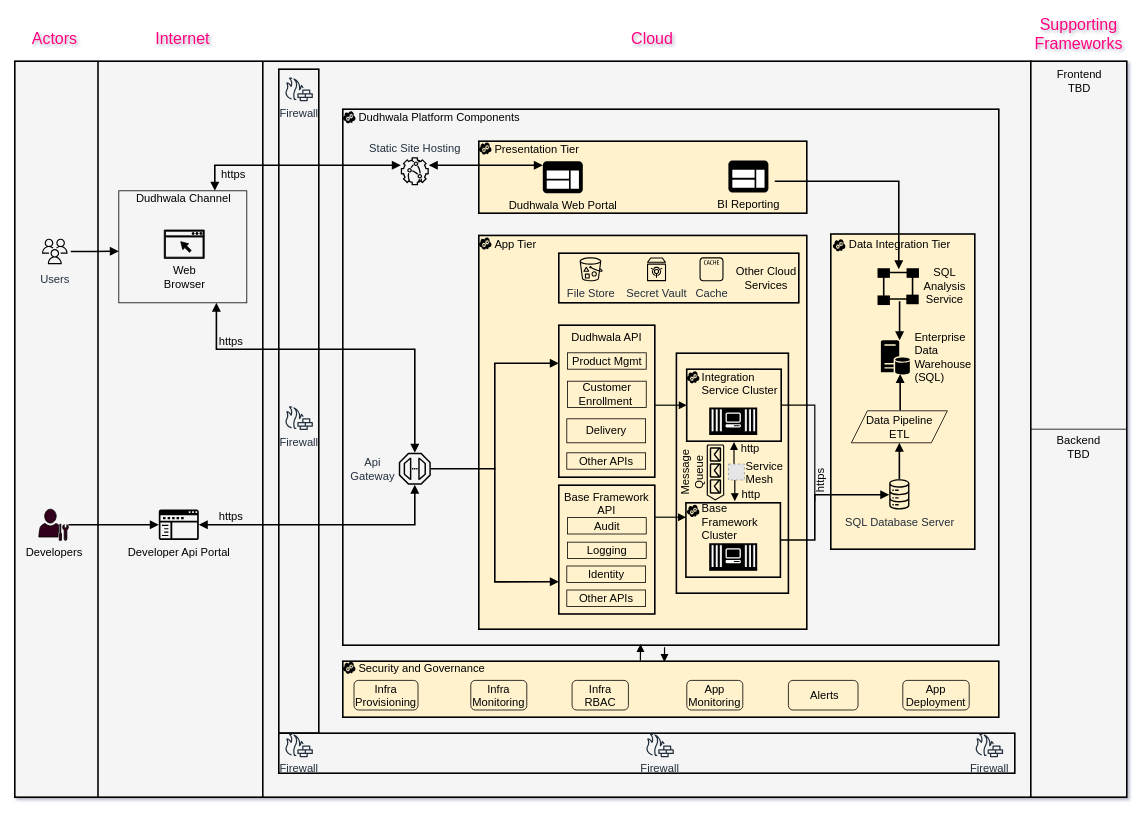
dudhwalas/dudhwala keeps this draw.io diagram as docs/diagram/logical_view.drawio. Above is the earlier version. Source tidied: cells renumbered, new cells numbered last; positions are measured from the earlier drawing's top-left corner, leaving out a move shared by most shapes. Both pictures are drawn from the tidied source at 80%, with x=0, y=0 at pixel (14, 21). Pictures stored in the file or linked from it are replaced by grey dashed boxes.
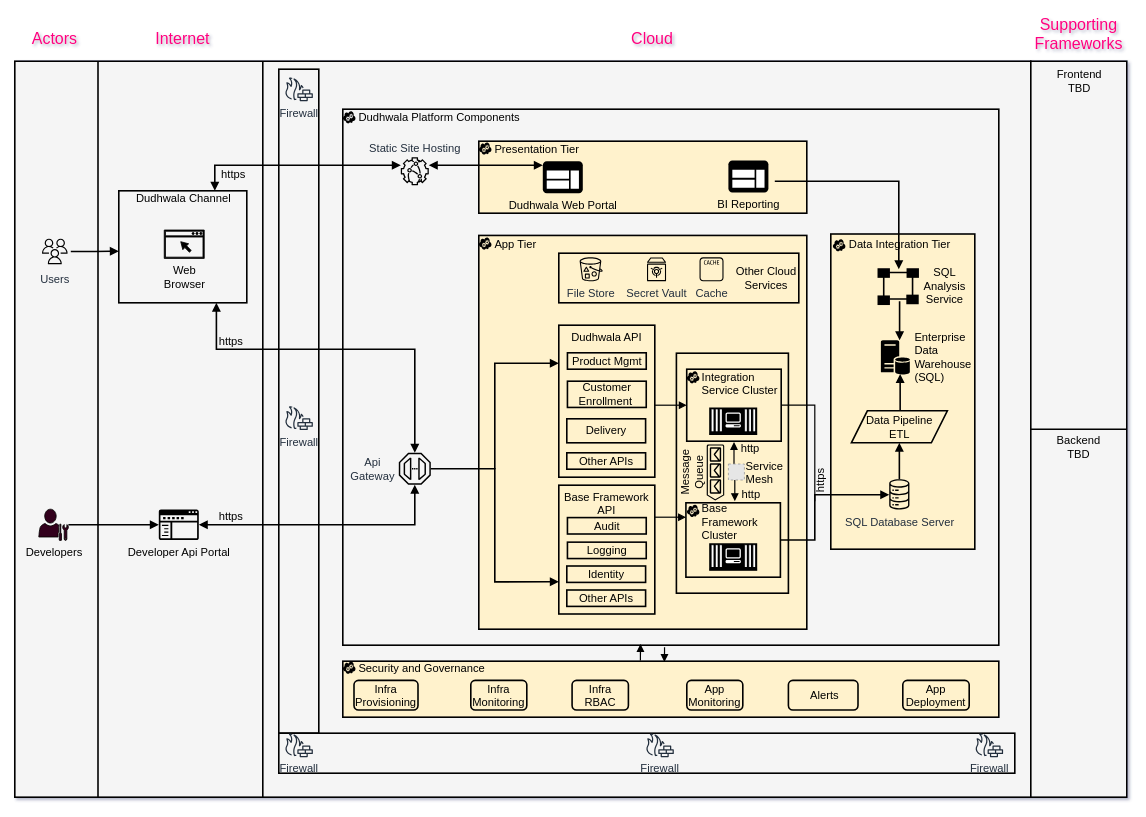
After the change.

Commit message (it also covers changes not shown here):
added conceptual and logical views

The change refers to these unchanged cells:
```xml
<mxCell id="107" style="rounded=0;whiteSpace=wrap;html=1;labelBackgroundColor=none;fillColor=#f5f5f5;fontColor=#333333;strokeColor=#000000;strokeWidth=2;" parent="1" vertex="1">
  <mxGeometry x="1270" y="50" width="120" height="920" as="geometry" />
</mxCell>
```

The edit, as a diff of the source:
```diff
@@
-    <mxCell id="10" value="Actors" style="text;strokeColor=none;fillColor=none;align=center;verticalAlign=middle;rounded=0;fontSize=20;fontStyle=0;fontFamily=Helvetica;labelBackgroundColor=none;fontColor=#FF0080;shadow=0;sketch=0;html=1;whiteSpace=wrap;labelBorderColor=none;" parent="1" vertex="1">
+    <mxCell id="10" value="Actors" style="text;strokeColor=none;fillColor=none;align=center;verticalAlign=middle;rounded=0;fontSize=20;fontStyle=0;fontFamily=Helvetica;labelBackgroundColor=none;fontColor=#FF0080;shadow=0;sketch=0;html=1;whiteSpace=wrap;labelBorderColor=none;strokeWidth=2;" parent="1" vertex="1">
       <mxGeometry x="20" y="6" width="60" height="30" as="geometry" />
     </mxCell>
@@
-    <mxCell id="16" style="rounded=0;whiteSpace=wrap;html=1;sketch=0;fillStyle=solid;fillColor=none;fontSize=14;fontFamily=Helvetica;labelBackgroundColor=none;" parent="1" vertex="1">
+    <mxCell id="16" style="rounded=0;whiteSpace=wrap;html=1;sketch=0;fillStyle=solid;fillColor=none;fontSize=14;fontFamily=Helvetica;labelBackgroundColor=none;strokeWidth=2;" parent="1" vertex="1">
       <mxGeometry x="130" y="212" width="160" height="140" as="geometry" />
     </mxCell>
@@
-    <mxCell id="50" value="Product Mgmt" style="rounded=0;whiteSpace=wrap;html=1;sketch=0;fillColor=none;fontSize=14;fontFamily=Helvetica;labelBackgroundColor=none;" parent="1" vertex="1">
+    <mxCell id="50" value="Product Mgmt" style="rounded=0;whiteSpace=wrap;html=1;sketch=0;fillColor=none;fontSize=14;fontFamily=Helvetica;labelBackgroundColor=none;strokeWidth=2;" parent="1" vertex="1">
       <mxGeometry x="690.8" y="414.5" width="98.5" height="20.5" as="geometry" />
     </mxCell>
-    <mxCell id="51" value="Customer Enrollment&amp;nbsp;" style="rounded=0;whiteSpace=wrap;html=1;sketch=0;fillColor=none;fontSize=14;fontFamily=Helvetica;labelBackgroundColor=none;" parent="1" vertex="1">
+    <mxCell id="51" value="Customer Enrollment&amp;nbsp;" style="rounded=0;whiteSpace=wrap;html=1;sketch=0;fillColor=none;fontSize=14;fontFamily=Helvetica;labelBackgroundColor=none;strokeWidth=2;" parent="1" vertex="1">
       <mxGeometry x="690.8" y="450" width="98.5" height="32.8" as="geometry" />
     </mxCell>
-    <mxCell id="52" value="Delivery" style="rounded=0;whiteSpace=wrap;html=1;sketch=0;fillColor=none;fontSize=14;fontFamily=Helvetica;labelBackgroundColor=none;" parent="1" vertex="1">
+    <mxCell id="52" value="Delivery" style="rounded=0;whiteSpace=wrap;html=1;sketch=0;fillColor=none;fontSize=14;fontFamily=Helvetica;labelBackgroundColor=none;strokeWidth=2;" parent="1" vertex="1">
       <mxGeometry x="690" y="497" width="98.5" height="30" as="geometry" />
     </mxCell>
-    <mxCell id="53" value="Other APIs" style="rounded=0;whiteSpace=wrap;html=1;sketch=0;fillColor=none;fontSize=14;fontFamily=Helvetica;labelBackgroundColor=none;" parent="1" vertex="1">
+    <mxCell id="53" value="Other APIs" style="rounded=0;whiteSpace=wrap;html=1;sketch=0;fillColor=none;fontSize=14;fontFamily=Helvetica;labelBackgroundColor=none;strokeWidth=2;" parent="1" vertex="1">
       <mxGeometry x="690" y="539.5" width="98.5" height="20.5" as="geometry" />
     </mxCell>
@@
-    <mxCell id="59" value="Audit" style="rounded=0;whiteSpace=wrap;html=1;sketch=0;fillColor=none;fontSize=14;fontFamily=Helvetica;labelBackgroundColor=none;" parent="1" vertex="1">
+    <mxCell id="59" value="Audit" style="rounded=0;whiteSpace=wrap;html=1;sketch=0;fillColor=none;fontSize=14;fontFamily=Helvetica;labelBackgroundColor=none;strokeWidth=2;" parent="1" vertex="1">
       <mxGeometry x="690.8" y="620.5" width="98.5" height="20.5" as="geometry" />
     </mxCell>
-    <mxCell id="60" value="Logging" style="rounded=0;whiteSpace=wrap;html=1;sketch=0;fillColor=none;fontSize=14;fontFamily=Helvetica;labelBackgroundColor=none;" parent="1" vertex="1">
+    <mxCell id="60" value="Logging" style="rounded=0;whiteSpace=wrap;html=1;sketch=0;fillColor=none;fontSize=14;fontFamily=Helvetica;labelBackgroundColor=none;strokeWidth=2;" parent="1" vertex="1">
       <mxGeometry x="690.8" y="651.2" width="98.5" height="20.5" as="geometry" />
     </mxCell>
-    <mxCell id="61" value="Identity" style="rounded=0;whiteSpace=wrap;html=1;sketch=0;fillColor=none;fontSize=14;fontFamily=Helvetica;labelBackgroundColor=none;" parent="1" vertex="1">
+    <mxCell id="61" value="Identity" style="rounded=0;whiteSpace=wrap;html=1;sketch=0;fillColor=none;fontSize=14;fontFamily=Helvetica;labelBackgroundColor=none;strokeWidth=2;" parent="1" vertex="1">
       <mxGeometry x="690" y="681" width="98.5" height="20.5" as="geometry" />
     </mxCell>
-    <mxCell id="62" value="Other APIs" style="rounded=0;whiteSpace=wrap;html=1;sketch=0;fillColor=none;fontSize=14;fontFamily=Helvetica;labelBackgroundColor=none;" parent="1" vertex="1">
+    <mxCell id="62" value="Other APIs" style="rounded=0;whiteSpace=wrap;html=1;sketch=0;fillColor=none;fontSize=14;fontFamily=Helvetica;labelBackgroundColor=none;strokeWidth=2;" parent="1" vertex="1">
       <mxGeometry x="690" y="711" width="98.5" height="20.5" as="geometry" />
     </mxCell>
@@
-    <mxCell id="71" value="Data Pipeline&lt;br style=&quot;font-size: 14px;&quot;&gt;ETL" style="shape=parallelogram;perimeter=parallelogramPerimeter;whiteSpace=wrap;html=1;fixedSize=1;sketch=0;strokeColor=default;fillColor=none;fontSize=14;fontFamily=Helvetica;labelBackgroundColor=none;" parent="1" vertex="1">
+    <mxCell id="71" value="Data Pipeline&lt;br style=&quot;font-size: 14px;&quot;&gt;ETL" style="shape=parallelogram;perimeter=parallelogramPerimeter;whiteSpace=wrap;html=1;fixedSize=1;sketch=0;strokeColor=default;fillColor=none;fontSize=14;fontFamily=Helvetica;labelBackgroundColor=none;strokeWidth=2;" parent="1" vertex="1">
       <mxGeometry x="1045.7" y="487" width="120" height="40" as="geometry" />
     </mxCell>
@@
-    <mxCell id="75" value="Infra Provisioning" style="rounded=1;whiteSpace=wrap;html=1;sketch=0;strokeColor=default;fillColor=none;fontSize=14;fontFamily=Helvetica;labelBackgroundColor=none;" parent="1" vertex="1">
+    <mxCell id="75" value="Infra Provisioning" style="rounded=1;whiteSpace=wrap;html=1;sketch=0;strokeColor=default;fillColor=none;fontSize=14;fontFamily=Helvetica;labelBackgroundColor=none;strokeWidth=2;" parent="1" vertex="1">
       <mxGeometry x="424" y="824" width="80" height="37" as="geometry" />
     </mxCell>
-    <mxCell id="76" value="Infra&lt;br style=&quot;font-size: 14px;&quot;&gt;Monitoring" style="rounded=1;whiteSpace=wrap;html=1;sketch=0;strokeColor=default;fillColor=none;fontSize=14;fontFamily=Helvetica;labelBackgroundColor=none;" parent="1" vertex="1">
+    <mxCell id="76" value="Infra&lt;br style=&quot;font-size: 14px;&quot;&gt;Monitoring" style="rounded=1;whiteSpace=wrap;html=1;sketch=0;strokeColor=default;fillColor=none;fontSize=14;fontFamily=Helvetica;labelBackgroundColor=none;strokeWidth=2;" parent="1" vertex="1">
       <mxGeometry x="570" y="824" width="70" height="37" as="geometry" />
     </mxCell>
-    <mxCell id="77" value="Infra&lt;br style=&quot;font-size: 14px;&quot;&gt;RBAC" style="rounded=1;whiteSpace=wrap;html=1;sketch=0;strokeColor=default;fillColor=none;fontSize=14;fontFamily=Helvetica;labelBackgroundColor=none;" parent="1" vertex="1">
+    <mxCell id="77" value="Infra&lt;br style=&quot;font-size: 14px;&quot;&gt;RBAC" style="rounded=1;whiteSpace=wrap;html=1;sketch=0;strokeColor=default;fillColor=none;fontSize=14;fontFamily=Helvetica;labelBackgroundColor=none;strokeWidth=2;" parent="1" vertex="1">
       <mxGeometry x="696.6" y="824" width="70.4" height="37" as="geometry" />
     </mxCell>
-    <mxCell id="78" value="App&lt;br style=&quot;font-size: 14px;&quot;&gt;Monitoring" style="rounded=1;whiteSpace=wrap;html=1;sketch=0;strokeColor=default;fillColor=none;fontSize=14;fontFamily=Helvetica;labelBackgroundColor=none;" parent="1" vertex="1">
+    <mxCell id="78" value="App&lt;br style=&quot;font-size: 14px;&quot;&gt;Monitoring" style="rounded=1;whiteSpace=wrap;html=1;sketch=0;strokeColor=default;fillColor=none;fontSize=14;fontFamily=Helvetica;labelBackgroundColor=none;strokeWidth=2;" parent="1" vertex="1">
       <mxGeometry x="840" y="824" width="70" height="37" as="geometry" />
     </mxCell>
-    <mxCell id="79" value="&amp;nbsp;Alerts" style="rounded=1;whiteSpace=wrap;html=1;sketch=0;strokeColor=default;fillColor=none;fontSize=14;fontFamily=Helvetica;labelBackgroundColor=none;" parent="1" vertex="1">
+    <mxCell id="79" value="&amp;nbsp;Alerts" style="rounded=1;whiteSpace=wrap;html=1;sketch=0;strokeColor=default;fillColor=none;fontSize=14;fontFamily=Helvetica;labelBackgroundColor=none;strokeWidth=2;" parent="1" vertex="1">
       <mxGeometry x="967" y="824" width="87" height="37" as="geometry" />
     </mxCell>
-    <mxCell id="80" value="App Deployment" style="rounded=1;whiteSpace=wrap;html=1;sketch=0;strokeColor=default;fillColor=none;fontSize=14;fontFamily=Helvetica;labelBackgroundColor=none;" parent="1" vertex="1">
+    <mxCell id="80" value="App Deployment" style="rounded=1;whiteSpace=wrap;html=1;sketch=0;strokeColor=default;fillColor=none;fontSize=14;fontFamily=Helvetica;labelBackgroundColor=none;strokeWidth=2;" parent="1" vertex="1">
       <mxGeometry x="1110" y="824" width="83" height="37" as="geometry" />
     </mxCell>
@@
-    <mxCell id="109" style="endArrow=none;html=1;rounded=0;entryX=1;entryY=0.5;entryDx=0;entryDy=0;exitX=0;exitY=0.5;exitDx=0;exitDy=0;" parent="1" edge="1" source="107" target="107">
+    <mxCell id="109" style="endArrow=none;html=1;rounded=0;entryX=1;entryY=0.5;entryDx=0;entryDy=0;exitX=0;exitY=0.5;exitDx=0;exitDy=0;strokeWidth=2;" parent="1" edge="1" source="107" target="107">
       <mxGeometry relative="1" as="geometry" />
     </mxCell>
```
